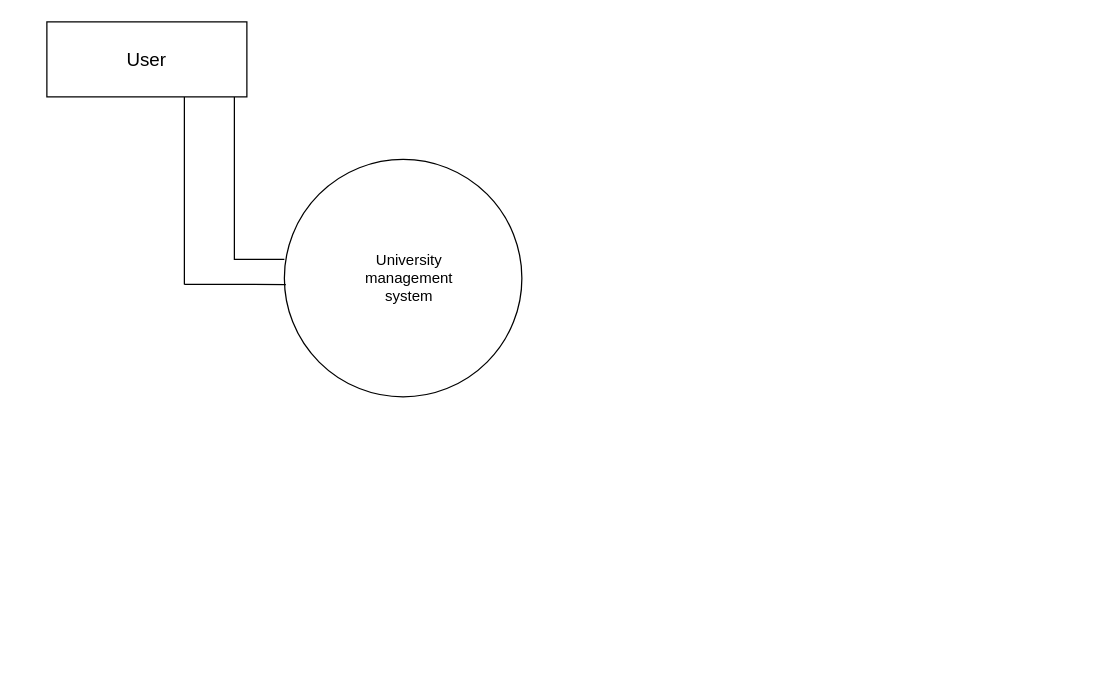
The draw.io diagram university_management.drawio in mdarslan7/sepm_lab_diagrams, before the edit. Source tidied: cells renumbered, new cells numbered last; positions are measured from the earlier drawing's top-left corner, leaving out a move shared by most shapes. Both pictures are drawn from the tidied source at 125%, with x=0, y=0 at pixel (46, 21).
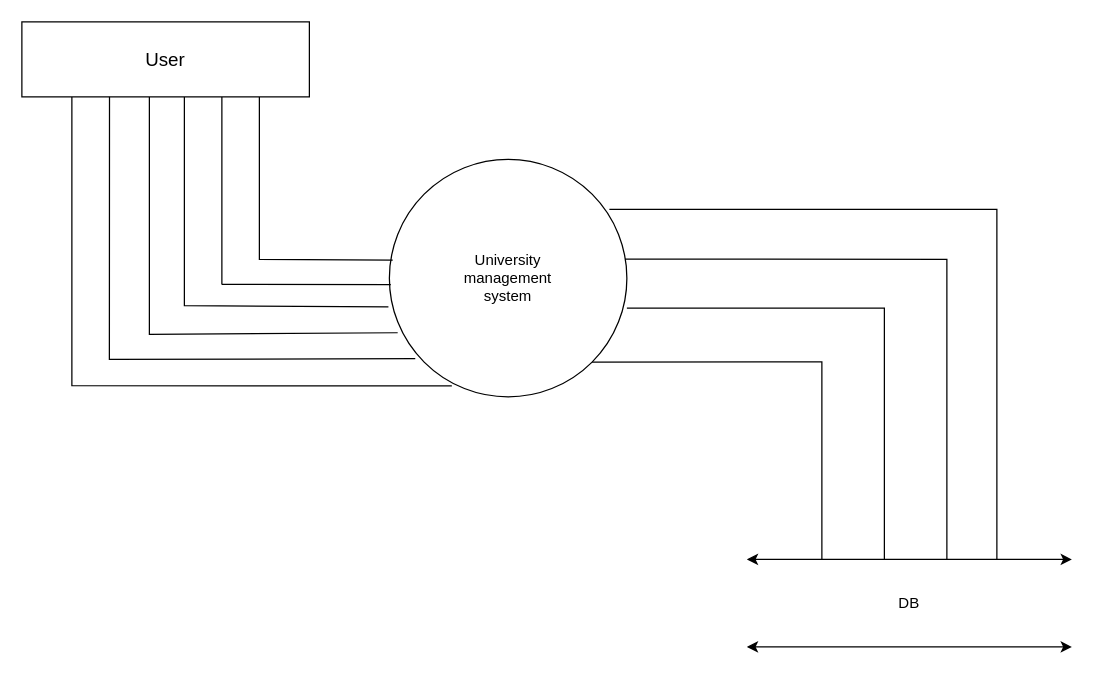
Above is the later version.

Diff of the diagram source:
```diff
@@
     <mxCell id="2" style="ellipse;whiteSpace=wrap;html=1;" parent="1" vertex="1">
-      <mxGeometry x="190" y="110" width="190" height="190" as="geometry" />
+      <mxGeometry x="274" y="110" width="190" height="190" as="geometry" />
     </mxCell>
     <mxCell id="3" value="University&lt;br&gt;management&lt;br&gt;system" style="text;strokeColor=none;align=center;fillColor=none;html=1;verticalAlign=middle;whiteSpace=wrap;rounded=0;" parent="1" vertex="1">
-      <mxGeometry x="250" y="190" width="80" height="30" as="geometry" />
+      <mxGeometry x="329" y="190" width="80" height="30" as="geometry" />
     </mxCell>
     <mxCell id="4" value="&lt;font style=&quot;font-size: 15px;&quot;&gt;User&lt;/font&gt;" style="rounded=0;whiteSpace=wrap;html=1;" parent="1" vertex="1">
-      <mxGeometry width="160" height="60" as="geometry" />
+      <mxGeometry x="-20" width="230" height="60" as="geometry" />
     </mxCell>
-    <mxCell id="5" style="endArrow=none;html=1;rounded=0;" parent="1" edge="1">
+    <mxCell id="5" style="endArrow=none;html=1;rounded=0;exitX=0.014;exitY=0.424;exitDx=0;exitDy=0;exitPerimeter=0;" parent="1" edge="1" source="2">
       <mxGeometry relative="1" as="geometry">
-        <mxPoint x="190" y="190" as="sourcePoint" />
-        <mxPoint x="150" y="60" as="targetPoint" />
+        <mxPoint x="170" y="60" as="targetPoint" />
         <Array as="points">
-          <mxPoint x="150" y="190" />
+          <mxPoint x="170" y="190" />
         </Array>
       </mxGeometry>
     </mxCell>
     <mxCell id="6" style="endArrow=none;html=1;rounded=0;" parent="1" edge="1">
       <mxGeometry relative="1" as="geometry">
-        <mxPoint x="110" y="210" as="sourcePoint" />
-        <mxPoint x="110" y="60" as="targetPoint" />
+        <mxPoint x="140" y="210" as="sourcePoint" />
+        <mxPoint x="140" y="60" as="targetPoint" />
         <Array as="points">
-          <mxPoint x="110" y="130" />
+          <mxPoint x="140" y="130" />
         </Array>
       </mxGeometry>
     </mxCell>
     <mxCell id="7" style="endArrow=none;html=1;rounded=0;entryX=0.006;entryY=0.527;entryDx=0;entryDy=0;entryPerimeter=0;" parent="1" edge="1" target="2">
       <mxGeometry relative="1" as="geometry">
-        <mxPoint x="110" y="210" as="sourcePoint" />
+        <mxPoint x="140" y="210" as="sourcePoint" />
       </mxGeometry>
     </mxCell>
+    <mxCell id="8" style="endArrow=none;html=1;rounded=0;exitX=-0.004;exitY=0.621;exitDx=0;exitDy=0;exitPerimeter=0;" parent="1" edge="1" source="2">
+      <mxGeometry relative="1" as="geometry">
+        <mxPoint x="110" y="60" as="targetPoint" />
+        <Array as="points">
+          <mxPoint x="110" y="227" />
+        </Array>
+      </mxGeometry>
+    </mxCell>
+    <mxCell id="9" style="endArrow=none;html=1;rounded=0;exitX=0.035;exitY=0.73;exitDx=0;exitDy=0;exitPerimeter=0;" parent="1" edge="1" source="2">
+      <mxGeometry relative="1" as="geometry">
+        <mxPoint x="82" y="60" as="targetPoint" />
+        <Array as="points">
+          <mxPoint x="82" y="250" />
+          <mxPoint x="82" y="210" />
+        </Array>
+      </mxGeometry>
+    </mxCell>
+    <mxCell id="10" style="endArrow=none;html=1;rounded=0;exitX=0.109;exitY=0.839;exitDx=0;exitDy=0;exitPerimeter=0;" parent="1" edge="1" source="2">
+      <mxGeometry relative="1" as="geometry">
+        <mxPoint x="50.1" y="60" as="targetPoint" />
+        <Array as="points">
+          <mxPoint x="50" y="270" />
+        </Array>
+      </mxGeometry>
+    </mxCell>
+    <mxCell id="11" style="endArrow=none;html=1;rounded=0;exitX=0.263;exitY=0.954;exitDx=0;exitDy=0;exitPerimeter=0;" parent="1" edge="1" source="2">
+      <mxGeometry relative="1" as="geometry">
+        <mxPoint x="20" y="60" as="targetPoint" />
+        <Array as="points">
+          <mxPoint x="20" y="291" />
+        </Array>
+      </mxGeometry>
+    </mxCell>
+    <mxCell id="12" style="endArrow=classic;startArrow=classic;html=1;rounded=0;" parent="1" edge="1">
+      <mxGeometry relative="1" as="geometry">
+        <mxPoint x="560" y="430" as="sourcePoint" />
+        <mxPoint x="820" y="430" as="targetPoint" />
+      </mxGeometry>
+    </mxCell>
+    <mxCell id="13" style="endArrow=classic;startArrow=classic;html=1;rounded=0;" parent="1" edge="1">
+      <mxGeometry relative="1" as="geometry">
+        <mxPoint x="560" y="500" as="sourcePoint" />
+        <mxPoint x="820" y="500" as="targetPoint" />
+      </mxGeometry>
+    </mxCell>
+    <mxCell id="14" value="DB" style="text;html=1;align=center;verticalAlign=middle;whiteSpace=wrap;rounded=0;" parent="1" vertex="1">
+      <mxGeometry x="620" y="450" width="140" height="30" as="geometry" />
+    </mxCell>
+    <mxCell id="15" style="endArrow=none;html=1;rounded=0;entryX=1;entryY=1;entryDx=0;entryDy=0;" parent="1" edge="1" target="2">
+      <mxGeometry relative="1" as="geometry">
+        <mxPoint x="620" y="430" as="sourcePoint" />
+        <Array as="points">
+          <mxPoint x="620" y="272" />
+        </Array>
+      </mxGeometry>
+    </mxCell>
+    <mxCell id="16" style="endArrow=none;html=1;rounded=0;" parent="1" edge="1">
+      <mxGeometry relative="1" as="geometry">
+        <mxPoint x="670" y="430" as="sourcePoint" />
+        <mxPoint x="464" y="229" as="targetPoint" />
+        <Array as="points">
+          <mxPoint x="670" y="229" />
+        </Array>
+      </mxGeometry>
+    </mxCell>
+    <mxCell id="17" style="endArrow=none;html=1;rounded=0;entryX=0.992;entryY=0.42;entryDx=0;entryDy=0;entryPerimeter=0;" parent="1" edge="1" target="2">
+      <mxGeometry relative="1" as="geometry">
+        <mxPoint x="720" y="430" as="sourcePoint" />
+        <Array as="points">
+          <mxPoint x="720" y="190" />
+        </Array>
+      </mxGeometry>
+    </mxCell>
+    <mxCell id="18" style="endArrow=none;html=1;rounded=0;" parent="1" edge="1">
+      <mxGeometry relative="1" as="geometry">
+        <mxPoint x="760" y="430" as="sourcePoint" />
+        <mxPoint x="450" y="150" as="targetPoint" />
+        <Array as="points">
+          <mxPoint x="760" y="150" />
+        </Array>
+      </mxGeometry>
+    </mxCell>
```
